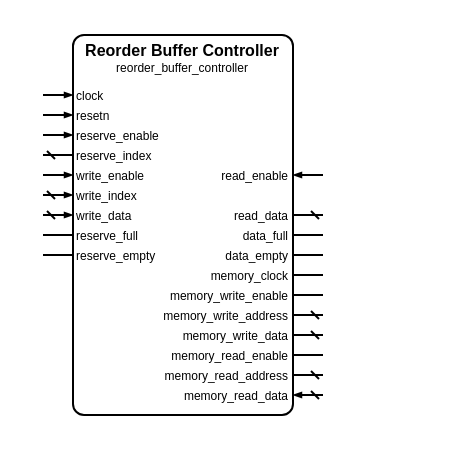
This is sources/data/controllers/reorder_buffer/reorder_buffer_controller.symbol.drawio from Louis-DR/OmniCores-BuildingBlocks, a draw.io file, before an edit. Source tidied: cells renumbered, new cells numbered last; positions are measured from the earlier drawing's top-left corner, leaving out a move shared by most shapes. Both pictures are drawn from the tidied source at 200%, with x=0, y=0 at pixel (42, 34).
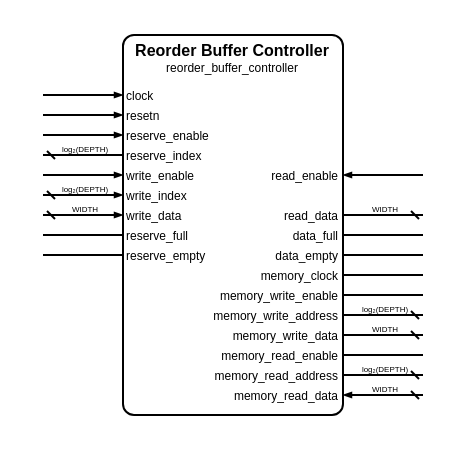
The same diagram, later.

Diff of the diagram source:
```diff
@@
     <mxCell id="2" style="group;" parent="1" vertex="1">
-      <mxGeometry width="140" height="190" as="geometry" />
+      <mxGeometry width="190" height="190" as="geometry" />
     </mxCell>
     <mxCell id="3" style="rounded=1;arcSize=5;fillColor=none;strokeWidth=1;strokeColor=black;whiteSpace=wrap;html=1;" parent="2" vertex="1">
-      <mxGeometry x="15" width="110" height="190" as="geometry" />
+      <mxGeometry x="40" width="110" height="190" as="geometry" />
     </mxCell>
     <mxCell id="4" value="Reorder Buffer Controller" style="text;html=1;align=center;verticalAlign=middle;whiteSpace=wrap;rounded=0;fontSize=8;fontStyle=1;fontColor=black;" parent="2" vertex="1">
-      <mxGeometry x="15" y="7" width="110" as="geometry" />
+      <mxGeometry x="40" y="7" width="110" as="geometry" />
     </mxCell>
     <mxCell id="5" value="reorder_buffer_controller" style="text;html=1;align=center;verticalAlign=middle;whiteSpace=wrap;rounded=0;fontSize=6;fontStyle=0;fontColor=black;" parent="2" vertex="1">
-      <mxGeometry x="15" y="16" width="110" as="geometry" />
+      <mxGeometry x="40" y="16" width="110" as="geometry" />
     </mxCell>
     <mxCell id="6" value="clock" style="text;html=1;align=left;verticalAlign=middle;whiteSpace=wrap;rounded=0;fontSize=6;fontStyle=0;fontColor=black;" parent="2" vertex="1">
-      <mxGeometry x="15" y="30" width="110" as="geometry" />
+      <mxGeometry x="40" y="30" width="110" as="geometry" />
     </mxCell>
     <mxCell id="7" style="html=1;rounded=1;strokeWidth=1;strokeColor=black;startFill=0;startSize=2;startArrow=none;endFill=1;endSize=2;endArrow=blockThin;sourcePerimeterSpacing=0;" parent="2" edge="1">
       <mxGeometry relative="1" as="geometry">
         <mxPoint y="30" as="sourcePoint" />
-        <mxPoint x="15" y="30" as="targetPoint" />
+        <mxPoint x="40" y="30" as="targetPoint" />
       </mxGeometry>
     </mxCell>
     <mxCell id="8" value="resetn" style="text;html=1;align=left;verticalAlign=middle;whiteSpace=wrap;rounded=0;fontSize=6;fontStyle=0;fontColor=black;" parent="2" vertex="1">
-      <mxGeometry x="15" y="40" width="110" as="geometry" />
+      <mxGeometry x="40" y="40" width="110" as="geometry" />
     </mxCell>
     <mxCell id="9" style="html=1;rounded=1;strokeWidth=1;strokeColor=black;startFill=0;startSize=2;startArrow=none;endFill=1;endSize=2;endArrow=blockThin;sourcePerimeterSpacing=0;" parent="2" edge="1">
       <mxGeometry relative="1" as="geometry">
         <mxPoint y="40" as="sourcePoint" />
-        <mxPoint x="15" y="40" as="targetPoint" />
+        <mxPoint x="40" y="40" as="targetPoint" />
       </mxGeometry>
     </mxCell>
     <mxCell id="10" value="reserve_enable" style="text;html=1;align=left;verticalAlign=middle;whiteSpace=wrap;rounded=0;fontSize=6;fontStyle=0;fontColor=black;" parent="2" vertex="1">
-      <mxGeometry x="15" y="50" width="110" as="geometry" />
+      <mxGeometry x="40" y="50" width="110" as="geometry" />
     </mxCell>
     <mxCell id="11" style="html=1;rounded=1;strokeWidth=1;strokeColor=black;startFill=0;startSize=2;startArrow=none;endFill=1;endSize=2;endArrow=blockThin;sourcePerimeterSpacing=0;" parent="2" edge="1">
       <mxGeometry relative="1" as="geometry">
         <mxPoint y="50" as="sourcePoint" />
-        <mxPoint x="15" y="50" as="targetPoint" />
+        <mxPoint x="40" y="50" as="targetPoint" />
       </mxGeometry>
     </mxCell>
     <mxCell id="12" value="reserve_index" style="text;html=1;align=left;verticalAlign=middle;whiteSpace=wrap;rounded=0;fontSize=6;fontStyle=0;fontColor=black;" parent="2" vertex="1">
-      <mxGeometry x="15" y="60" width="110" as="geometry" />
+      <mxGeometry x="40" y="60" width="110" as="geometry" />
     </mxCell>
     <mxCell id="13" style="html=1;rounded=1;strokeWidth=1;strokeColor=black;startFill=0;startSize=2;startArrow=dash;endFill=1;endSize=2;endArrow=none;sourcePerimeterSpacing=0;" parent="2" edge="1">
       <mxGeometry relative="1" as="geometry">
         <mxPoint y="60" as="sourcePoint" />
-        <mxPoint x="15" y="60" as="targetPoint" />
+        <mxPoint x="40" y="60" as="targetPoint" />
       </mxGeometry>
     </mxCell>
+    <mxCell id="46" value="log₂(DEPTH)" style="text;html=1;align=center;verticalAlign=middle;whiteSpace=nowrap;rounded=0;fontSize=4;fontStyle=0;fontColor=black;" parent="2" vertex="1">
+      <mxGeometry x="20" y="57" as="geometry" />
+    </mxCell>
     <mxCell id="14" value="write_enable" style="text;html=1;align=left;verticalAlign=middle;whiteSpace=wrap;rounded=0;fontSize=6;fontStyle=0;fontColor=black;" parent="2" vertex="1">
-      <mxGeometry x="15" y="70" width="110" as="geometry" />
+      <mxGeometry x="40" y="70" width="110" as="geometry" />
     </mxCell>
     <mxCell id="15" style="html=1;rounded=1;strokeWidth=1;strokeColor=black;startFill=0;startSize=2;startArrow=none;endFill=1;endSize=2;endArrow=blockThin;sourcePerimeterSpacing=0;" parent="2" edge="1">
       <mxGeometry relative="1" as="geometry">
         <mxPoint y="70" as="sourcePoint" />
-        <mxPoint x="15" y="70" as="targetPoint" />
+        <mxPoint x="40" y="70" as="targetPoint" />
       </mxGeometry>
     </mxCell>
     <mxCell id="16" value="read_enable" style="text;html=1;align=right;verticalAlign=middle;whiteSpace=wrap;rounded=0;fontSize=6;fontStyle=0;fontColor=black;" parent="2" vertex="1">
-      <mxGeometry x="15" y="70" width="110" as="geometry" />
+      <mxGeometry x="40" y="70" width="110" as="geometry" />
     </mxCell>
     <mxCell id="17" style="html=1;rounded=1;strokeWidth=1;strokeColor=black;startFill=0;startSize=2;startArrow=none;endFill=1;endSize=2;endArrow=blockThin;sourcePerimeterSpacing=0;" parent="2" edge="1">
       <mxGeometry relative="1" as="geometry">
-        <mxPoint x="140" y="70" as="sourcePoint" />
-        <mxPoint x="125" y="70" as="targetPoint" />
+        <mxPoint x="190" y="70" as="sourcePoint" />
+        <mxPoint x="150" y="70" as="targetPoint" />
       </mxGeometry>
     </mxCell>
     <mxCell id="18" value="write_index" style="text;html=1;align=left;verticalAlign=middle;whiteSpace=wrap;rounded=0;fontSize=6;fontStyle=0;fontColor=black;" parent="2" vertex="1">
-      <mxGeometry x="15" y="80" width="110" as="geometry" />
+      <mxGeometry x="40" y="80" width="110" as="geometry" />
     </mxCell>
     <mxCell id="19" style="html=1;rounded=1;strokeWidth=1;strokeColor=black;startFill=0;startSize=2;startArrow=dash;endFill=1;endSize=2;endArrow=blockThin;sourcePerimeterSpacing=0;" parent="2" edge="1">
       <mxGeometry relative="1" as="geometry">
         <mxPoint y="80" as="sourcePoint" />
-        <mxPoint x="15" y="80" as="targetPoint" />
+        <mxPoint x="40" y="80" as="targetPoint" />
       </mxGeometry>
     </mxCell>
+    <mxCell id="47" value="log₂(DEPTH)" style="text;html=1;align=center;verticalAlign=middle;whiteSpace=nowrap;rounded=0;fontSize=4;fontStyle=0;fontColor=black;" parent="2" vertex="1">
+      <mxGeometry x="20" y="77" as="geometry" />
+    </mxCell>
     <mxCell id="20" value="write_data" style="text;html=1;align=left;verticalAlign=middle;whiteSpace=wrap;rounded=0;fontSize=6;fontStyle=0;fontColor=black;" parent="2" vertex="1">
-      <mxGeometry x="15" y="90" width="110" as="geometry" />
+      <mxGeometry x="40" y="90" width="110" as="geometry" />
     </mxCell>
     <mxCell id="21" style="html=1;rounded=1;strokeWidth=1;strokeColor=black;startFill=0;startSize=2;startArrow=dash;endFill=1;endSize=2;endArrow=blockThin;sourcePerimeterSpacing=0;" parent="2" edge="1">
       <mxGeometry relative="1" as="geometry">
         <mxPoint y="90" as="sourcePoint" />
-        <mxPoint x="15" y="90" as="targetPoint" />
+        <mxPoint x="40" y="90" as="targetPoint" />
       </mxGeometry>
     </mxCell>
+    <mxCell id="48" value="WIDTH" style="text;html=1;align=center;verticalAlign=middle;whiteSpace=nowrap;rounded=0;fontSize=4;fontStyle=0;fontColor=black;" parent="2" vertex="1">
+      <mxGeometry x="20" y="87" as="geometry" />
+    </mxCell>
     <mxCell id="22" value="read_data" style="text;html=1;align=right;verticalAlign=middle;whiteSpace=wrap;rounded=0;fontSize=6;fontStyle=0;fontColor=black;" parent="2" vertex="1">
-      <mxGeometry x="15" y="90" width="110" as="geometry" />
+      <mxGeometry x="40" y="90" width="110" as="geometry" />
     </mxCell>
     <mxCell id="23" style="html=1;rounded=1;strokeWidth=1;strokeColor=black;startFill=0;startSize=2;startArrow=dash;endFill=1;endSize=2;endArrow=none;sourcePerimeterSpacing=0;" parent="2" edge="1">
       <mxGeometry relative="1" as="geometry">
-        <mxPoint x="140" y="90" as="sourcePoint" />
-        <mxPoint x="125" y="90" as="targetPoint" />
+        <mxPoint x="190" y="90" as="sourcePoint" />
+        <mxPoint x="150" y="90" as="targetPoint" />
       </mxGeometry>
     </mxCell>
+    <mxCell id="49" value="WIDTH" style="text;html=1;align=center;verticalAlign=middle;whiteSpace=nowrap;rounded=0;fontSize=4;fontStyle=0;fontColor=black;" parent="2" vertex="1">
+      <mxGeometry x="170" y="87" as="geometry" />
+    </mxCell>
     <mxCell id="24" value="reserve_full" style="text;html=1;align=left;verticalAlign=middle;whiteSpace=wrap;rounded=0;fontSize=6;fontStyle=0;fontColor=black;" parent="2" vertex="1">
-      <mxGeometry x="15" y="100" width="110" as="geometry" />
+      <mxGeometry x="40" y="100" width="110" as="geometry" />
     </mxCell>
     <mxCell id="25" style="html=1;rounded=1;strokeWidth=1;strokeColor=black;startFill=0;startSize=2;startArrow=none;endFill=1;endSize=2;endArrow=none;sourcePerimeterSpacing=0;" parent="2" edge="1">
       <mxGeometry relative="1" as="geometry">
         <mxPoint y="100" as="sourcePoint" />
-        <mxPoint x="15" y="100" as="targetPoint" />
+        <mxPoint x="40" y="100" as="targetPoint" />
       </mxGeometry>
     </mxCell>
     <mxCell id="26" value="data_full" style="text;html=1;align=right;verticalAlign=middle;whiteSpace=wrap;rounded=0;fontSize=6;fontStyle=0;fontColor=black;" parent="2" vertex="1">
-      <mxGeometry x="15" y="100" width="110" as="geometry" />
+      <mxGeometry x="40" y="100" width="110" as="geometry" />
     </mxCell>
     <mxCell id="27" style="html=1;rounded=1;strokeWidth=1;strokeColor=black;startFill=0;startSize=2;startArrow=none;endFill=1;endSize=2;endArrow=none;sourcePerimeterSpacing=0;" parent="2" edge="1">
       <mxGeometry relative="1" as="geometry">
-        <mxPoint x="140" y="100" as="sourcePoint" />
-        <mxPoint x="125" y="100" as="targetPoint" />
+        <mxPoint x="190" y="100" as="sourcePoint" />
+        <mxPoint x="150" y="100" as="targetPoint" />
       </mxGeometry>
     </mxCell>
     <mxCell id="28" value="reserve_empty" style="text;html=1;align=left;verticalAlign=middle;whiteSpace=wrap;rounded=0;fontSize=6;fontStyle=0;fontColor=black;" parent="2" vertex="1">
-      <mxGeometry x="15" y="110" width="110" as="geometry" />
+      <mxGeometry x="40" y="110" width="110" as="geometry" />
     </mxCell>
     <mxCell id="29" style="html=1;rounded=1;strokeWidth=1;strokeColor=black;startFill=0;startSize=2;startArrow=none;endFill=1;endSize=2;endArrow=none;sourcePerimeterSpacing=0;" parent="2" edge="1">
       <mxGeometry relative="1" as="geometry">
         <mxPoint y="110" as="sourcePoint" />
-        <mxPoint x="15" y="110" as="targetPoint" />
+        <mxPoint x="40" y="110" as="targetPoint" />
       </mxGeometry>
     </mxCell>
     <mxCell id="30" value="data_empty" style="text;html=1;align=right;verticalAlign=middle;whiteSpace=wrap;rounded=0;fontSize=6;fontStyle=0;fontColor=black;" parent="2" vertex="1">
-      <mxGeometry x="15" y="110" width="110" as="geometry" />
+      <mxGeometry x="40" y="110" width="110" as="geometry" />
     </mxCell>
     <mxCell id="31" style="html=1;rounded=1;strokeWidth=1;strokeColor=black;startFill=0;startSize=2;startArrow=none;endFill=1;endSize=2;endArrow=none;sourcePerimeterSpacing=0;" parent="2" edge="1">
       <mxGeometry relative="1" as="geometry">
-        <mxPoint x="140" y="110" as="sourcePoint" />
-        <mxPoint x="125" y="110" as="targetPoint" />
+        <mxPoint x="190" y="110" as="sourcePoint" />
+        <mxPoint x="150" y="110" as="targetPoint" />
       </mxGeometry>
     </mxCell>
     <mxCell id="32" value="memory_clock" style="text;html=1;align=right;verticalAlign=middle;whiteSpace=wrap;rounded=0;fontSize=6;fontStyle=0;fontColor=black;" parent="2" vertex="1">
-      <mxGeometry x="15" y="120" width="110" as="geometry" />
+      <mxGeometry x="40" y="120" width="110" as="geometry" />
     </mxCell>
     <mxCell id="33" style="html=1;rounded=1;strokeWidth=1;strokeColor=black;startFill=0;startSize=2;startArrow=none;endFill=1;endSize=2;endArrow=none;sourcePerimeterSpacing=0;" parent="2" edge="1">
       <mxGeometry relative="1" as="geometry">
-        <mxPoint x="140" y="120" as="sourcePoint" />
-        <mxPoint x="125" y="120" as="targetPoint" />
+        <mxPoint x="190" y="120" as="sourcePoint" />
+        <mxPoint x="150" y="120" as="targetPoint" />
       </mxGeometry>
     </mxCell>
     <mxCell id="34" value="memory_write_enable" style="text;html=1;align=right;verticalAlign=middle;whiteSpace=wrap;rounded=0;fontSize=6;fontStyle=0;fontColor=black;" parent="2" vertex="1">
-      <mxGeometry x="15" y="130" width="110" as="geometry" />
+      <mxGeometry x="40" y="130" width="110" as="geometry" />
     </mxCell>
     <mxCell id="35" style="html=1;rounded=1;strokeWidth=1;strokeColor=black;startFill=0;startSize=2;startArrow=none;endFill=1;endSize=2;endArrow=none;sourcePerimeterSpacing=0;" parent="2" edge="1">
       <mxGeometry relative="1" as="geometry">
-        <mxPoint x="140" y="130" as="sourcePoint" />
-        <mxPoint x="125" y="130" as="targetPoint" />
+        <mxPoint x="190" y="130" as="sourcePoint" />
+        <mxPoint x="150" y="130" as="targetPoint" />
       </mxGeometry>
     </mxCell>
     <mxCell id="36" value="memory_write_address" style="text;html=1;align=right;verticalAlign=middle;whiteSpace=wrap;rounded=0;fontSize=6;fontStyle=0;fontColor=black;" parent="2" vertex="1">
-      <mxGeometry x="15" y="140" width="110" as="geometry" />
+      <mxGeometry x="40" y="140" width="110" as="geometry" />
     </mxCell>
     <mxCell id="37" style="html=1;rounded=1;strokeWidth=1;strokeColor=black;startFill=0;startSize=2;startArrow=dash;endFill=1;endSize=2;endArrow=none;sourcePerimeterSpacing=0;" parent="2" edge="1">
       <mxGeometry relative="1" as="geometry">
-        <mxPoint x="140" y="140" as="sourcePoint" />
-        <mxPoint x="125" y="140" as="targetPoint" />
+        <mxPoint x="190" y="140" as="sourcePoint" />
+        <mxPoint x="150" y="140" as="targetPoint" />
       </mxGeometry>
     </mxCell>
+    <mxCell id="50" value="log₂(DEPTH)" style="text;html=1;align=center;verticalAlign=middle;whiteSpace=nowrap;rounded=0;fontSize=4;fontStyle=0;fontColor=black;" parent="2" vertex="1">
+      <mxGeometry x="170" y="137" as="geometry" />
+    </mxCell>
     <mxCell id="38" value="memory_write_data" style="text;html=1;align=right;verticalAlign=middle;whiteSpace=wrap;rounded=0;fontSize=6;fontStyle=0;fontColor=black;" parent="2" vertex="1">
-      <mxGeometry x="15" y="150" width="110" as="geometry" />
+      <mxGeometry x="40" y="150" width="110" as="geometry" />
     </mxCell>
     <mxCell id="39" style="html=1;rounded=1;strokeWidth=1;strokeColor=black;startFill=0;startSize=2;startArrow=dash;endFill=1;endSize=2;endArrow=none;sourcePerimeterSpacing=0;" parent="2" edge="1">
       <mxGeometry relative="1" as="geometry">
-        <mxPoint x="140" y="150" as="sourcePoint" />
-        <mxPoint x="125" y="150" as="targetPoint" />
+        <mxPoint x="190" y="150" as="sourcePoint" />
+        <mxPoint x="150" y="150" as="targetPoint" />
       </mxGeometry>
     </mxCell>
+    <mxCell id="51" value="WIDTH" style="text;html=1;align=center;verticalAlign=middle;whiteSpace=nowrap;rounded=0;fontSize=4;fontStyle=0;fontColor=black;" parent="2" vertex="1">
+      <mxGeometry x="170" y="147" as="geometry" />
+    </mxCell>
     <mxCell id="40" value="memory_read_enable" style="text;html=1;align=right;verticalAlign=middle;whiteSpace=wrap;rounded=0;fontSize=6;fontStyle=0;fontColor=black;" parent="2" vertex="1">
-      <mxGeometry x="15" y="160" width="110" as="geometry" />
+      <mxGeometry x="40" y="160" width="110" as="geometry" />
     </mxCell>
     <mxCell id="41" style="html=1;rounded=1;strokeWidth=1;strokeColor=black;startFill=0;startSize=2;startArrow=none;endFill=1;endSize=2;endArrow=none;sourcePerimeterSpacing=0;" parent="2" edge="1">
       <mxGeometry relative="1" as="geometry">
-        <mxPoint x="140" y="160" as="sourcePoint" />
-        <mxPoint x="125" y="160" as="targetPoint" />
+        <mxPoint x="190" y="160" as="sourcePoint" />
+        <mxPoint x="150" y="160" as="targetPoint" />
       </mxGeometry>
     </mxCell>
     <mxCell id="42" value="memory_read_address" style="text;html=1;align=right;verticalAlign=middle;whiteSpace=wrap;rounded=0;fontSize=6;fontStyle=0;fontColor=black;" parent="2" vertex="1">
-      <mxGeometry x="15" y="170" width="110" as="geometry" />
+      <mxGeometry x="40" y="170" width="110" as="geometry" />
     </mxCell>
     <mxCell id="43" style="html=1;rounded=1;strokeWidth=1;strokeColor=black;startFill=0;startSize=2;startArrow=dash;endFill=1;endSize=2;endArrow=none;sourcePerimeterSpacing=0;" parent="2" edge="1">
       <mxGeometry relative="1" as="geometry">
-        <mxPoint x="140" y="170" as="sourcePoint" />
-        <mxPoint x="125" y="170" as="targetPoint" />
+        <mxPoint x="190" y="170" as="sourcePoint" />
+        <mxPoint x="150" y="170" as="targetPoint" />
       </mxGeometry>
     </mxCell>
+    <mxCell id="52" value="log₂(DEPTH)" style="text;html=1;align=center;verticalAlign=middle;whiteSpace=nowrap;rounded=0;fontSize=4;fontStyle=0;fontColor=black;" parent="2" vertex="1">
+      <mxGeometry x="170" y="167" as="geometry" />
+    </mxCell>
     <mxCell id="44" value="memory_read_data" style="text;html=1;align=right;verticalAlign=middle;whiteSpace=wrap;rounded=0;fontSize=6;fontStyle=0;fontColor=black;" parent="2" vertex="1">
-      <mxGeometry x="15" y="180" width="110" as="geometry" />
+      <mxGeometry x="40" y="180" width="110" as="geometry" />
     </mxCell>
     <mxCell id="45" style="html=1;rounded=1;strokeWidth=1;strokeColor=black;startFill=0;startSize=2;startArrow=dash;endFill=1;endSize=2;endArrow=blockThin;sourcePerimeterSpacing=0;" parent="2" edge="1">
       <mxGeometry relative="1" as="geometry">
-        <mxPoint x="140" y="180" as="sourcePoint" />
-        <mxPoint x="125" y="180" as="targetPoint" />
+        <mxPoint x="190" y="180" as="sourcePoint" />
+        <mxPoint x="150" y="180" as="targetPoint" />
       </mxGeometry>
     </mxCell>
+    <mxCell id="53" value="WIDTH" style="text;html=1;align=center;verticalAlign=middle;whiteSpace=nowrap;rounded=0;fontSize=4;fontStyle=0;fontColor=black;" parent="2" vertex="1">
+      <mxGeometry x="170" y="177" as="geometry" />
+    </mxCell>
```
